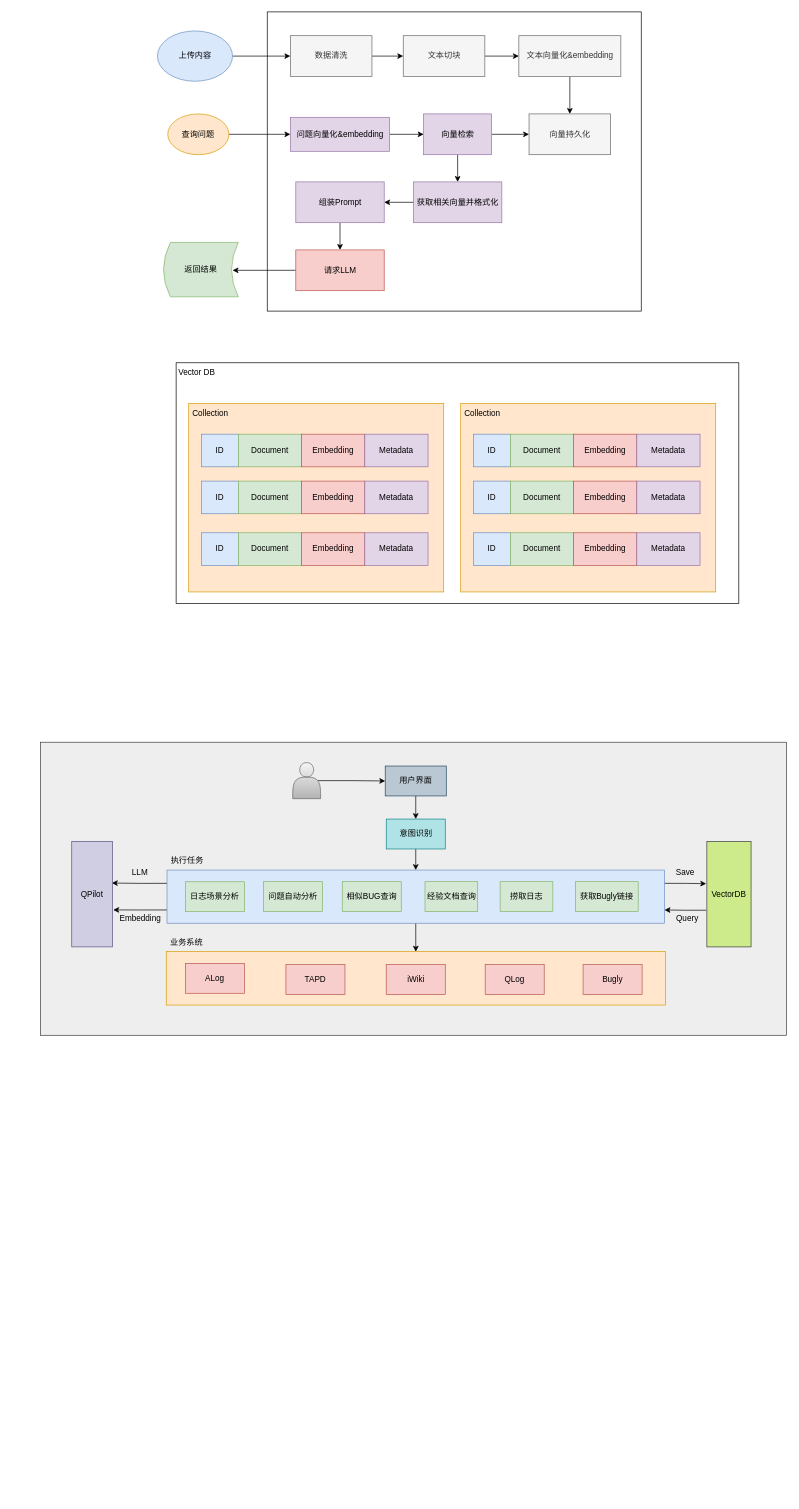
This is diagrams/问题分析助手.drawio from neoalvin/draw.io, a draw.io file, before an edit. Source tidied: cells renumbered, new cells numbered last; positions are measured from the earlier drawing's top-left corner, leaving out a move shared by most shapes. Both pictures are drawn from the tidied source at 68%, with x=0, y=0 at pixel (40, 12).
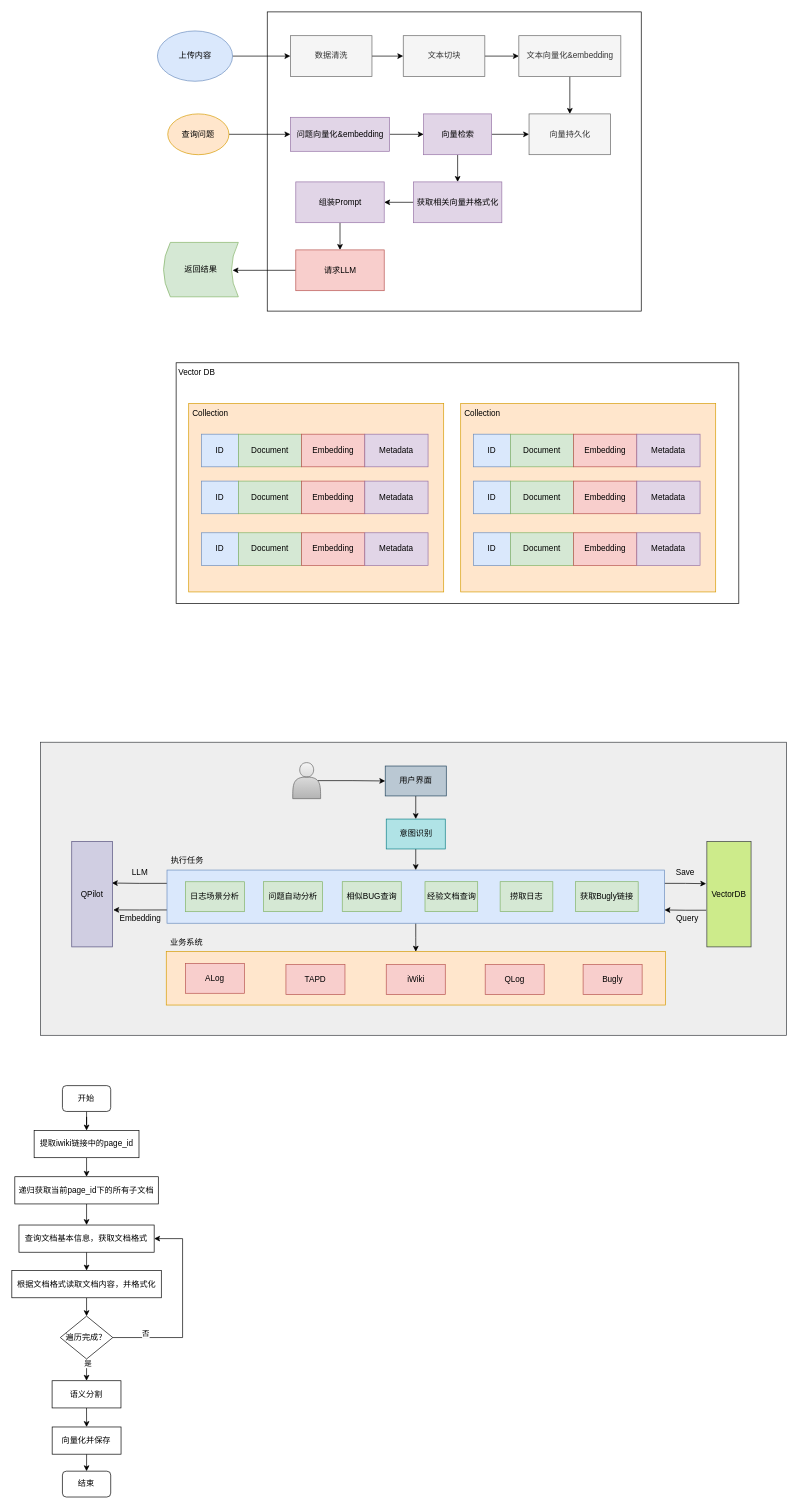
Above is the later version.

Commit message:
更新问题分析助手.drawio

Change to the diagram source:
```diff
@@
+    <mxCell id="89" style="edgeStyle=orthogonalEdgeStyle;rounded=0;jettySize=auto;html=1;exitX=0.5;exitY=1;exitDx=0;exitDy=0;" parent="1" edge="1" source="90" target="92">
+      <mxGeometry relative="1" as="geometry" />
+    </mxCell>
+    <mxCell id="90" value="开始" style="rounded=1;whiteSpace=wrap;html=1;" parent="1" vertex="1">
+      <mxGeometry x="32.3" y="1579" width="71" height="38" as="geometry" />
+    </mxCell>
+    <mxCell id="91" style="edgeStyle=orthogonalEdgeStyle;rounded=0;jettySize=auto;html=1;exitX=0.5;exitY=1;exitDx=0;exitDy=0;entryX=0.5;entryY=0;entryDx=0;entryDy=0;" parent="1" edge="1" source="92" target="94">
+      <mxGeometry relative="1" as="geometry" />
+    </mxCell>
+    <mxCell id="92" value="提取iwiki链接中的page_id" style="rounded=0;whiteSpace=wrap;html=1;" parent="1" vertex="1">
+      <mxGeometry x="-9.3" y="1645" width="154.2" height="40" as="geometry" />
+    </mxCell>
+    <mxCell id="93" style="edgeStyle=orthogonalEdgeStyle;rounded=0;jettySize=auto;html=1;exitX=0.5;exitY=1;exitDx=0;exitDy=0;entryX=0.5;entryY=0;entryDx=0;entryDy=0;" parent="1" edge="1" source="94" target="101">
+      <mxGeometry relative="1" as="geometry" />
+    </mxCell>
+    <mxCell id="94" value="递归获取当前page_id下的所有子文档" style="rounded=0;whiteSpace=wrap;html=1;" parent="1" vertex="1">
+      <mxGeometry x="-37.7" y="1713" width="211" height="40" as="geometry" />
+    </mxCell>
+    <mxCell id="95" style="edgeStyle=orthogonalEdgeStyle;rounded=0;jettySize=auto;html=1;exitX=1;exitY=0.5;exitDx=0;exitDy=0;entryX=1;entryY=0.5;entryDx=0;entryDy=0;" parent="1" edge="1" source="99" target="101">
+      <mxGeometry relative="1" as="geometry">
+        <Array as="points">
+          <mxPoint x="209" y="1950" />
+          <mxPoint x="209" y="1804" />
+        </Array>
+      </mxGeometry>
+    </mxCell>
+    <mxCell id="96" value="否" style="edgeLabel;html=1;align=center;verticalAlign=middle;" parent="95" vertex="1">
+      <mxGeometry x="-0.67" y="7" relative="1" as="geometry">
+        <mxPoint y="1" as="offset" />
+      </mxGeometry>
+    </mxCell>
+    <mxCell id="97" style="edgeStyle=orthogonalEdgeStyle;rounded=0;jettySize=auto;html=1;exitX=0.5;exitY=1;exitDx=0;exitDy=0;entryX=0.5;entryY=0;entryDx=0;entryDy=0;" parent="1" edge="1" source="99" target="105">
+      <mxGeometry relative="1" as="geometry" />
+    </mxCell>
+    <mxCell id="98" value="是" style="edgeLabel;html=1;align=center;verticalAlign=middle;" parent="97" vertex="1">
+      <mxGeometry x="-0.62" y="2" relative="1" as="geometry" />
+    </mxCell>
+    <mxCell id="99" value="遍历完成？" style="rhombus;whiteSpace=wrap;html=1;" parent="1" vertex="1">
+      <mxGeometry x="29.2" y="1918" width="77.2" height="63" as="geometry" />
+    </mxCell>
+    <mxCell id="100" style="edgeStyle=orthogonalEdgeStyle;rounded=0;jettySize=auto;html=1;exitX=0.5;exitY=1;exitDx=0;exitDy=0;entryX=0.5;entryY=0;entryDx=0;entryDy=0;" parent="1" edge="1" source="101" target="103">
+      <mxGeometry relative="1" as="geometry" />
+    </mxCell>
+    <mxCell id="101" value="查询文档基本信息，获取文档格式" style="rounded=0;whiteSpace=wrap;html=1;" parent="1" vertex="1">
+      <mxGeometry x="-31.6" y="1784" width="198.8" height="40" as="geometry" />
+    </mxCell>
+    <mxCell id="102" style="edgeStyle=orthogonalEdgeStyle;rounded=0;jettySize=auto;html=1;exitX=0.5;exitY=1;exitDx=0;exitDy=0;entryX=0.5;entryY=0;entryDx=0;entryDy=0;" parent="1" edge="1" source="103" target="99">
+      <mxGeometry relative="1" as="geometry" />
+    </mxCell>
+    <mxCell id="103" value="根据文档格式读取文档内容，并格式化" style="rounded=0;whiteSpace=wrap;html=1;" parent="1" vertex="1">
+      <mxGeometry x="-42.1" y="1851" width="219.8" height="40" as="geometry" />
+    </mxCell>
+    <mxCell id="104" style="edgeStyle=orthogonalEdgeStyle;rounded=0;jettySize=auto;html=1;exitX=0.5;exitY=1;exitDx=0;exitDy=0;entryX=0.5;entryY=0;entryDx=0;entryDy=0;" parent="1" edge="1" source="105" target="107">
+      <mxGeometry relative="1" as="geometry" />
+    </mxCell>
+    <mxCell id="105" value="语义分割" style="rounded=0;whiteSpace=wrap;html=1;" parent="1" vertex="1">
+      <mxGeometry x="17.1" y="2013" width="101.3" height="40" as="geometry" />
+    </mxCell>
+    <mxCell id="106" style="edgeStyle=orthogonalEdgeStyle;rounded=0;jettySize=auto;html=1;exitX=0.5;exitY=1;exitDx=0;exitDy=0;entryX=0.5;entryY=0;entryDx=0;entryDy=0;" parent="1" edge="1" source="107" target="108">
+      <mxGeometry relative="1" as="geometry" />
+    </mxCell>
+    <mxCell id="107" value="向量化并保存" style="rounded=0;whiteSpace=wrap;html=1;" parent="1" vertex="1">
+      <mxGeometry x="17.2" y="2081" width="101.3" height="40" as="geometry" />
+    </mxCell>
+    <mxCell id="108" value="结束" style="rounded=1;whiteSpace=wrap;html=1;" parent="1" vertex="1">
+      <mxGeometry x="32.3" y="2146" width="71" height="38" as="geometry" />
+    </mxCell>
```
